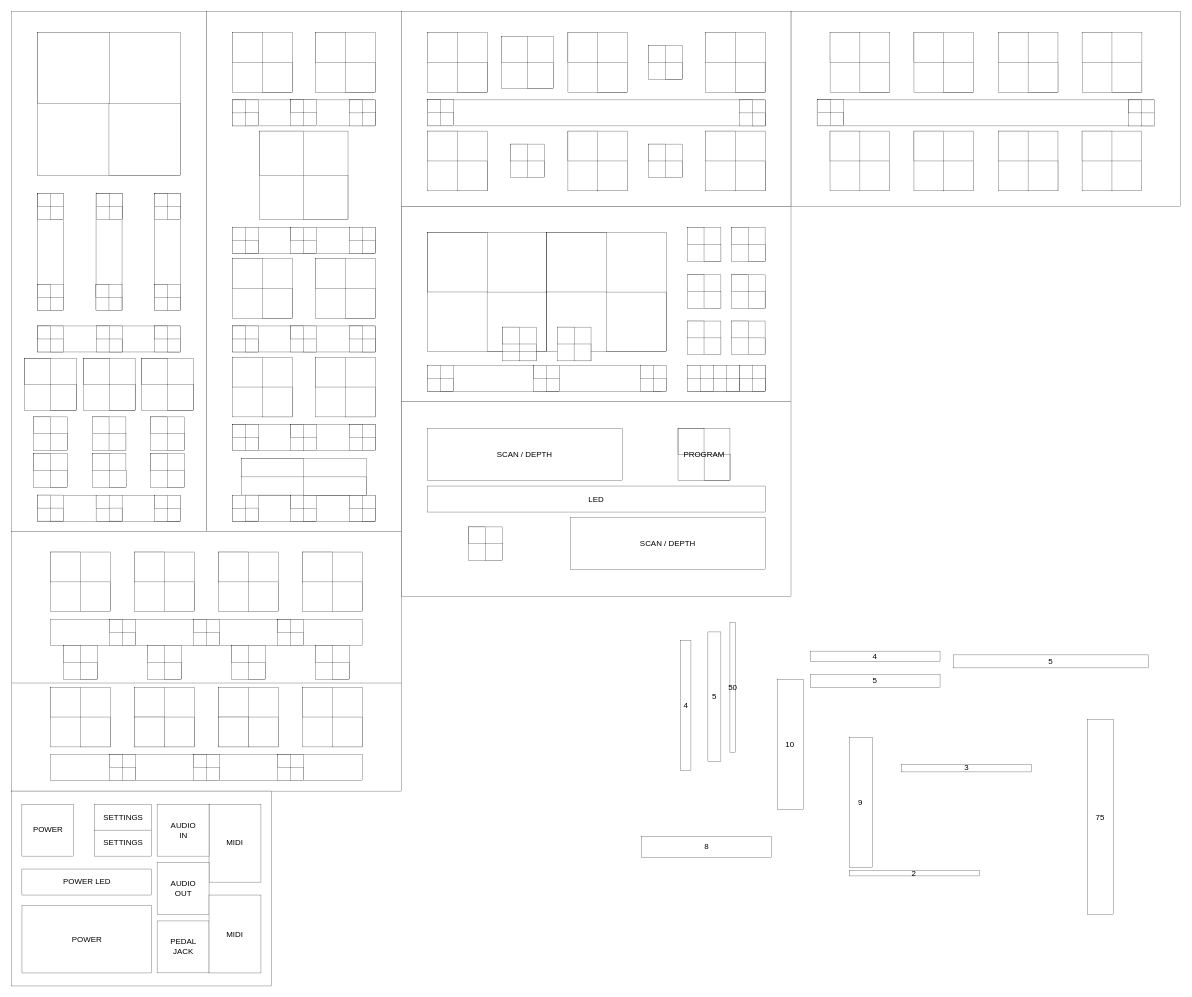
The draw.io diagram page "Page-3" (2 of 3) of Untitled Diagram.drawio in wtfedor/git_intro, before the edit. Source tidied: cells renumbered, new cells numbered last; positions are measured from the earlier drawing's top-left corner, leaving out a move shared by most shapes. Both pictures are drawn from the tidied source at 66%, with x=0, y=0 at pixel (11, 11).
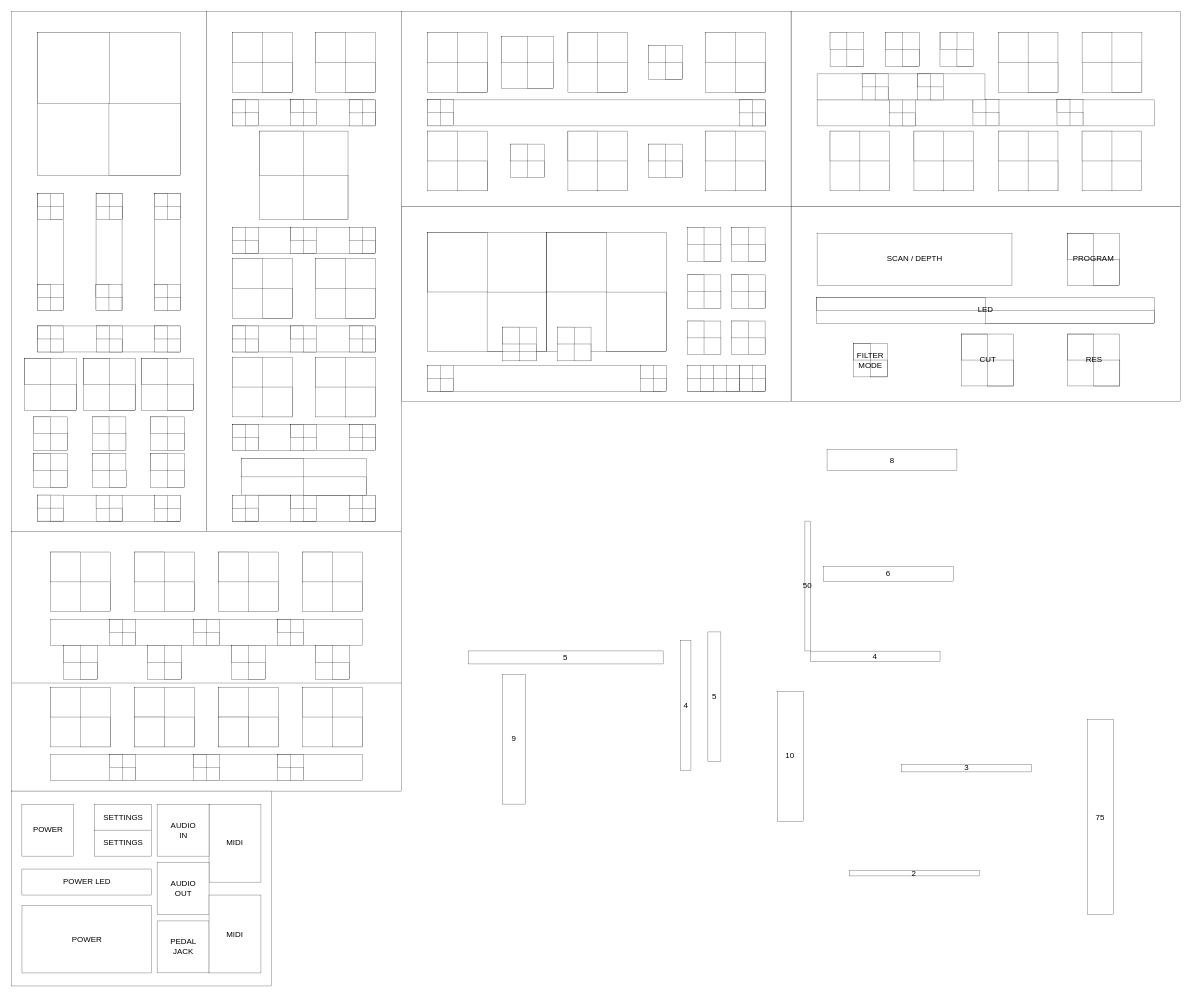
The same diagram, later.

What changed in the source:
```diff
@@
+    <mxCell id="332" style="rounded=0;whiteSpace=wrap;html=1;strokeWidth=0.3937;" parent="1" vertex="1">
+      <mxGeometry x="1181.1" width="590.5" height="295.3" as="geometry" />
+    </mxCell>
     <mxCell id="2" style="rounded=0;whiteSpace=wrap;html=1;strokeWidth=0.3937;" parent="1" vertex="1">
-      <mxGeometry x="590.5" y="590.9" width="590.5" height="295.3" as="geometry" />
+      <mxGeometry x="1181.1" y="295.7" width="590.5" height="295.3" as="geometry" />
     </mxCell>
@@
-    <mxCell id="102" value="9" style="rounded=0;whiteSpace=wrap;html=1;strokeWidth=0.3937;" parent="1" vertex="1">
-      <mxGeometry x="1269.4" y="1100" width="35.4" height="196.8" as="geometry" />
-    </mxCell>
     <mxCell id="103" value="8" style="rounded=0;whiteSpace=wrap;html=1;strokeWidth=0.3937;" parent="1" vertex="1">
-      <mxGeometry x="954.8" y="1250" width="196.8" height="31.5" as="geometry" />
+      <mxGeometry x="1235.6" y="663.8" width="196.8" height="31.5" as="geometry" />
     </mxCell>
@@
     <mxCell id="118" value="5" style="rounded=0;whiteSpace=wrap;html=1;strokeWidth=0.3937;" parent="1" vertex="1">
-      <mxGeometry x="1426.8" y="974.8" width="295.3" height="19.7" as="geometry" />
+      <mxGeometry x="691.9" y="968.8" width="295.3" height="19.7" as="geometry" />
     </mxCell>
@@
     <mxCell id="123" value="&lt;div&gt;50&lt;/div&gt;" style="rounded=0;whiteSpace=wrap;html=1;strokeWidth=0.3937;" parent="1" vertex="1">
-      <mxGeometry x="1088.5" y="925.6" width="7.9" height="196.8" as="geometry" />
+      <mxGeometry x="1202.1" y="772" width="7.9" height="196.8" as="geometry" />
     </mxCell>
@@
     <mxCell id="133" value="SCAN / DEPTH" style="rounded=0;whiteSpace=wrap;html=1;strokeWidth=0.3937;" parent="1" vertex="1">
-      <mxGeometry x="629.9" y="631.3" width="295.3" height="78.7" as="geometry" />
+      <mxGeometry x="1220.5" y="336" width="295.3" height="78.7" as="geometry" />
     </mxCell>
     <mxCell id="134" value="PROGRAM" style="rounded=0;whiteSpace=wrap;html=1;strokeWidth=0.3937;direction=south;" parent="1" vertex="1">
-      <mxGeometry x="1009.8" y="631.3" width="78.7" height="78.7" as="geometry" />
+      <mxGeometry x="1600.4" y="336" width="78.7" height="78.7" as="geometry" />
     </mxCell>
     <mxCell id="135" style="rounded=0;whiteSpace=wrap;html=1;strokeWidth=0.3937;fillColor=none;" parent="1" vertex="1">
-      <mxGeometry x="1009.8" y="631.3" width="39.4" height="39.4" as="geometry" />
+      <mxGeometry x="1600.4" y="336" width="39.4" height="39.4" as="geometry" />
     </mxCell>
     <mxCell id="136" style="rounded=0;whiteSpace=wrap;html=1;strokeWidth=0.3937;fillColor=none;" parent="1" vertex="1">
-      <mxGeometry x="1049.3" y="670.7" width="39.4" height="39.4" as="geometry" />
+      <mxGeometry x="1639.8" y="375.4" width="39.4" height="39.4" as="geometry" />
     </mxCell>
@@
     <mxCell id="212" value="LED" style="rounded=0;whiteSpace=wrap;html=1;strokeWidth=0.3937;" parent="1" vertex="1">
-      <mxGeometry x="630" y="718.9" width="511.8" height="39.4" as="geometry" />
+      <mxGeometry x="1219.5" y="432.7" width="511.8" height="39.4" as="geometry" />
     </mxCell>
@@
-    <mxCell id="224" style="rounded=0;whiteSpace=wrap;html=1;strokeWidth=0.3937;" parent="1" vertex="1">
-      <mxGeometry x="791.3" y="535.8" width="39.4" height="39.4" as="geometry" />
-    </mxCell>
-    <mxCell id="225" style="rounded=0;whiteSpace=wrap;html=1;strokeWidth=0.3937;" parent="1" vertex="1">
-      <mxGeometry x="791.3" y="535.8" width="19.7" height="19.7" as="geometry" />
-    </mxCell>
-    <mxCell id="226" style="rounded=0;whiteSpace=wrap;html=1;strokeWidth=0.3937;" parent="1" vertex="1">
-      <mxGeometry x="811" y="555.5" width="19.7" height="19.7" as="geometry" />
-    </mxCell>
@@
-    <mxCell id="253" value="SCAN / DEPTH" style="rounded=0;whiteSpace=wrap;html=1;strokeWidth=0.3937;" parent="1" vertex="1">
-      <mxGeometry x="846.5" y="767.1" width="295.3" height="78.7" as="geometry" />
-    </mxCell>
-    <mxCell id="254" style="rounded=0;whiteSpace=wrap;html=1;strokeWidth=0.3937;" parent="1" vertex="1">
-      <mxGeometry x="692.9" y="780.9" width="51.2" height="51.2" as="geometry" />
+    <mxCell id="254" value="FILTER&lt;br&gt;MODE" style="rounded=0;whiteSpace=wrap;html=1;strokeWidth=0.3937;" parent="1" vertex="1">
+      <mxGeometry x="1275.6" y="502.4" width="51.2" height="51.2" as="geometry" />
     </mxCell>
-    <mxCell id="255" style="rounded=0;whiteSpace=wrap;html=1;strokeWidth=0.3937;" parent="1" vertex="1">
-      <mxGeometry x="692.9" y="780.9" width="25.6" height="25.6" as="geometry" />
+    <mxCell id="255" style="rounded=0;whiteSpace=wrap;html=1;strokeWidth=0.3937;fillColor=none;" parent="1" vertex="1">
+      <mxGeometry x="1275.6" y="502.4" width="25.6" height="25.6" as="geometry" />
     </mxCell>
-    <mxCell id="256" style="rounded=0;whiteSpace=wrap;html=1;strokeWidth=0.3937;" parent="1" vertex="1">
-      <mxGeometry x="718.5" y="806.5" width="25.6" height="25.6" as="geometry" />
+    <mxCell id="256" style="rounded=0;whiteSpace=wrap;html=1;strokeWidth=0.3937;fillColor=none;" parent="1" vertex="1">
+      <mxGeometry x="1301.2" y="528" width="25.6" height="25.6" as="geometry" />
     </mxCell>
@@
     <mxCell id="258" value="&lt;div&gt;10&lt;/div&gt;" style="rounded=0;whiteSpace=wrap;html=1;strokeWidth=0.3937;" parent="1" vertex="1">
-      <mxGeometry x="1160" y="1012.2" width="39.4" height="196.8" as="geometry" />
+      <mxGeometry x="1160" y="1030" width="39.4" height="196.8" as="geometry" />
     </mxCell>
-    <mxCell id="259" value="5" style="rounded=0;whiteSpace=wrap;html=1;strokeWidth=0.3937;" parent="1" vertex="1">
-      <mxGeometry x="1210" y="1004.4" width="196.8" height="19.7" as="geometry" />
+    <mxCell id="259" value="6" style="rounded=0;whiteSpace=wrap;html=1;strokeWidth=0.3937;" parent="1" vertex="1">
+      <mxGeometry x="1230" y="840.5" width="196.8" height="23.6" as="geometry" />
     </mxCell>
@@
-    <mxCell id="332" style="rounded=0;whiteSpace=wrap;html=1;strokeWidth=0.3937;" parent="1" vertex="1">
-      <mxGeometry x="1181.1" width="590.5" height="295.3" as="geometry" />
-    </mxCell>
@@
     <mxCell id="334" style="rounded=0;whiteSpace=wrap;html=1;strokeWidth=0.3937;" parent="1" vertex="1">
-      <mxGeometry x="1692.9" y="133.9" width="39.4" height="39.4" as="geometry" />
+      <mxGeometry x="1584" y="133.8" width="39.4" height="39.4" as="geometry" />
     </mxCell>
     <mxCell id="335" style="rounded=0;whiteSpace=wrap;html=1;strokeWidth=0.3937;" parent="1" vertex="1">
-      <mxGeometry x="1692.9" y="133.9" width="19.7" height="19.7" as="geometry" />
+      <mxGeometry x="1584" y="133.8" width="19.7" height="19.7" as="geometry" />
     </mxCell>
     <mxCell id="336" style="rounded=0;whiteSpace=wrap;html=1;strokeWidth=0.3937;" parent="1" vertex="1">
-      <mxGeometry x="1712.6" y="153.6" width="19.7" height="19.7" as="geometry" />
+      <mxGeometry x="1603.7" y="153.5" width="19.7" height="19.7" as="geometry" />
     </mxCell>
     <mxCell id="337" style="rounded=0;whiteSpace=wrap;html=1;strokeWidth=0.3937;" parent="1" vertex="1">
-      <mxGeometry x="1220.6" y="133.8" width="39.4" height="39.4" as="geometry" />
+      <mxGeometry x="1329.9" y="133.9" width="39.4" height="39.4" as="geometry" />
     </mxCell>
     <mxCell id="338" style="rounded=0;whiteSpace=wrap;html=1;strokeWidth=0.3937;" parent="1" vertex="1">
-      <mxGeometry x="1220.6" y="133.8" width="19.7" height="19.7" as="geometry" />
+      <mxGeometry x="1329.9" y="133.9" width="19.7" height="19.7" as="geometry" />
     </mxCell>
     <mxCell id="339" style="rounded=0;whiteSpace=wrap;html=1;strokeWidth=0.3937;" parent="1" vertex="1">
-      <mxGeometry x="1240.3" y="153.5" width="19.7" height="19.7" as="geometry" />
+      <mxGeometry x="1349.6" y="153.6" width="19.7" height="19.7" as="geometry" />
     </mxCell>
-    <mxCell id="340" style="rounded=0;whiteSpace=wrap;html=1;strokeWidth=0.3937;" parent="1" vertex="1">
-      <mxGeometry x="1240.2" y="31.5" width="90.6" height="90.6" as="geometry" />
-    </mxCell>
@@
-    <mxCell id="342" style="rounded=0;whiteSpace=wrap;html=1;strokeWidth=0.3937;" parent="1" vertex="1">
-      <mxGeometry x="1367.3" y="31.5" width="90.6" height="90.6" as="geometry" />
-    </mxCell>
@@
-    <mxCell id="344" style="rounded=0;whiteSpace=wrap;html=1;strokeWidth=0.3937;" parent="1" vertex="1">
-      <mxGeometry x="1240.1" y="31.5" width="45.3" height="45.3" as="geometry" />
-    </mxCell>
-    <mxCell id="345" style="rounded=0;whiteSpace=wrap;html=1;strokeWidth=0.3937;" parent="1" vertex="1">
-      <mxGeometry x="1285.4" y="76.8" width="45.3" height="45.3" as="geometry" />
-    </mxCell>
-    <mxCell id="346" style="rounded=0;whiteSpace=wrap;html=1;strokeWidth=0.3937;" parent="1" vertex="1">
-      <mxGeometry x="1367.3" y="31.5" width="45.3" height="45.3" as="geometry" />
-    </mxCell>
-    <mxCell id="347" style="rounded=0;whiteSpace=wrap;html=1;strokeWidth=0.3937;" parent="1" vertex="1">
-      <mxGeometry x="1412.6" y="76.8" width="45.3" height="45.3" as="geometry" />
-    </mxCell>
@@
+    <mxCell id="102" value="9" style="rounded=0;whiteSpace=wrap;html=1;strokeWidth=0.3937;" parent="1" vertex="1">
+      <mxGeometry x="743.8" y="1004" width="35.4" height="196.8" as="geometry" />
+    </mxCell>
+    <mxCell id="364" style="rounded=0;whiteSpace=wrap;html=1;strokeWidth=0.3937;" parent="1" vertex="1">
+      <mxGeometry x="1240.2" y="31.5" width="51.2" height="51.2" as="geometry" />
+    </mxCell>
+    <mxCell id="365" style="rounded=0;whiteSpace=wrap;html=1;strokeWidth=0.3937;" parent="1" vertex="1">
+      <mxGeometry x="1240.1" y="31.5" width="25.6" height="25.6" as="geometry" />
+    </mxCell>
+    <mxCell id="366" style="rounded=0;whiteSpace=wrap;html=1;strokeWidth=0.3937;" parent="1" vertex="1">
+      <mxGeometry x="1265.7" y="57.1" width="25.6" height="25.6" as="geometry" />
+    </mxCell>
+    <mxCell id="367" style="rounded=0;whiteSpace=wrap;html=1;strokeWidth=0.3937;" parent="1" vertex="1">
+      <mxGeometry x="1406.7" y="31.5" width="51.2" height="51.2" as="geometry" />
+    </mxCell>
+    <mxCell id="368" style="rounded=0;whiteSpace=wrap;html=1;strokeWidth=0.3937;" parent="1" vertex="1">
+      <mxGeometry x="1406.9" y="31.5" width="25.6" height="25.6" as="geometry" />
+    </mxCell>
+    <mxCell id="369" style="rounded=0;whiteSpace=wrap;html=1;strokeWidth=0.3937;" parent="1" vertex="1">
+      <mxGeometry x="1432.4" y="57.1" width="25.6" height="25.6" as="geometry" />
+    </mxCell>
+    <mxCell id="370" style="rounded=0;whiteSpace=wrap;html=1;strokeWidth=0.3937;" parent="1" vertex="1">
+      <mxGeometry x="1324" y="31.5" width="51.2" height="51.2" as="geometry" />
+    </mxCell>
+    <mxCell id="371" style="rounded=0;whiteSpace=wrap;html=1;strokeWidth=0.3937;" parent="1" vertex="1">
+      <mxGeometry x="1324" y="31.5" width="25.6" height="25.6" as="geometry" />
+    </mxCell>
+    <mxCell id="372" style="rounded=0;whiteSpace=wrap;html=1;strokeWidth=0.3937;" parent="1" vertex="1">
+      <mxGeometry x="1349.6" y="57.1" width="25.6" height="25.6" as="geometry" />
+    </mxCell>
+    <mxCell id="373" style="rounded=0;whiteSpace=wrap;html=1;strokeWidth=0.3937;" parent="1" vertex="1">
+      <mxGeometry x="1456.7" y="133.8" width="39.4" height="39.4" as="geometry" />
+    </mxCell>
+    <mxCell id="374" style="rounded=0;whiteSpace=wrap;html=1;strokeWidth=0.3937;" parent="1" vertex="1">
+      <mxGeometry x="1456.7" y="133.8" width="19.7" height="19.7" as="geometry" />
+    </mxCell>
+    <mxCell id="375" style="rounded=0;whiteSpace=wrap;html=1;strokeWidth=0.3937;" parent="1" vertex="1">
+      <mxGeometry x="1476.4" y="153.5" width="19.7" height="19.7" as="geometry" />
+    </mxCell>
+    <mxCell id="376" style="rounded=0;whiteSpace=wrap;html=1;strokeWidth=0.3937;" parent="1" vertex="1">
+      <mxGeometry x="1220.5" y="94.5" width="254.4" height="39.4" as="geometry" />
+    </mxCell>
+    <mxCell id="377" style="rounded=0;whiteSpace=wrap;html=1;strokeWidth=0.3937;" parent="1" vertex="1">
+      <mxGeometry x="1288.7" y="94.5" width="39.4" height="39.4" as="geometry" />
+    </mxCell>
+    <mxCell id="378" style="rounded=0;whiteSpace=wrap;html=1;strokeWidth=0.3937;" parent="1" vertex="1">
+      <mxGeometry x="1373.2" y="94.5" width="39.4" height="39.4" as="geometry" />
+    </mxCell>
+    <mxCell id="379" style="rounded=0;whiteSpace=wrap;html=1;strokeWidth=0.3937;" parent="1" vertex="1">
+      <mxGeometry x="1288.8" y="94.5" width="19.7" height="19.7" as="geometry" />
+    </mxCell>
+    <mxCell id="380" style="rounded=0;whiteSpace=wrap;html=1;strokeWidth=0.3937;" parent="1" vertex="1">
+      <mxGeometry x="1308.4" y="114.2" width="19.7" height="19.7" as="geometry" />
+    </mxCell>
+    <mxCell id="381" style="rounded=0;whiteSpace=wrap;html=1;strokeWidth=0.3937;" parent="1" vertex="1">
+      <mxGeometry x="1373.2" y="94.5" width="19.7" height="19.7" as="geometry" />
+    </mxCell>
+    <mxCell id="382" style="rounded=0;whiteSpace=wrap;html=1;strokeWidth=0.3937;" parent="1" vertex="1">
+      <mxGeometry x="1392.9" y="114.2" width="19.7" height="19.7" as="geometry" />
+    </mxCell>
+    <mxCell id="383" value="RES" style="rounded=0;whiteSpace=wrap;html=1;strokeWidth=0.3937;direction=south;" parent="1" vertex="1">
+      <mxGeometry x="1600.5" y="488.6" width="78.7" height="78.7" as="geometry" />
+    </mxCell>
+    <mxCell id="384" style="rounded=0;whiteSpace=wrap;html=1;strokeWidth=0.3937;fillColor=none;" parent="1" vertex="1">
+      <mxGeometry x="1600.4" y="488.6" width="39.4" height="39.4" as="geometry" />
+    </mxCell>
+    <mxCell id="385" style="rounded=0;whiteSpace=wrap;html=1;strokeWidth=0.3937;fillColor=none;" parent="1" vertex="1">
+      <mxGeometry x="1639.9" y="528" width="39.4" height="39.4" as="geometry" />
+    </mxCell>
+    <mxCell id="386" value="CUT" style="rounded=0;whiteSpace=wrap;html=1;strokeWidth=0.3937;direction=south;" parent="1" vertex="1">
+      <mxGeometry x="1439.5" y="488.6" width="78.7" height="78.7" as="geometry" />
+    </mxCell>
+    <mxCell id="387" style="rounded=0;whiteSpace=wrap;html=1;strokeWidth=0.3937;fillColor=none;" parent="1" vertex="1">
+      <mxGeometry x="1439.4" y="488.6" width="39.4" height="39.4" as="geometry" />
+    </mxCell>
+    <mxCell id="388" style="rounded=0;whiteSpace=wrap;html=1;strokeWidth=0.3937;fillColor=none;" parent="1" vertex="1">
+      <mxGeometry x="1478.9" y="528" width="39.4" height="39.4" as="geometry" />
+    </mxCell>
+    <mxCell id="389" style="rounded=0;whiteSpace=wrap;html=1;strokeWidth=0.3937;fillColor=none;" parent="1" vertex="1">
+      <mxGeometry x="1219.5" y="432.7" width="255.9" height="19.7" as="geometry" />
+    </mxCell>
+    <mxCell id="390" style="rounded=0;whiteSpace=wrap;html=1;strokeWidth=0.3937;fillColor=none;" parent="1" vertex="1">
+      <mxGeometry x="1475.4" y="452.4" width="255.9" height="19.7" as="geometry" />
+    </mxCell>
```
